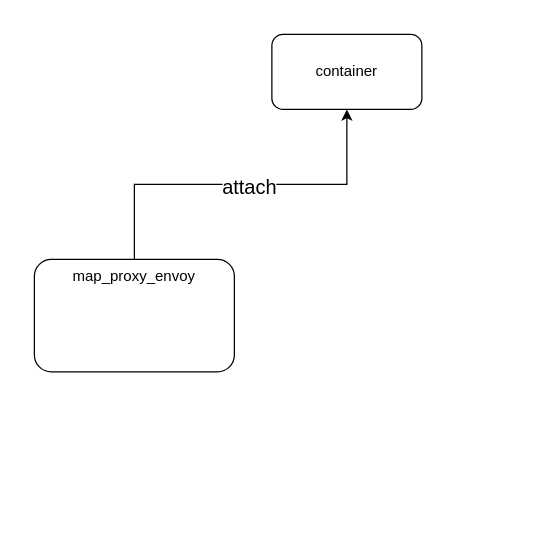
Above: Luyao_bypass_workflow.drawio in xu1zhou/Documents (draw.io), before the change. Source tidied: cells renumbered, new cells numbered last; positions are measured from the earlier drawing's top-left corner, leaving out a move shared by most shapes. Both pictures are drawn from the tidied source at 125%, with x=0, y=0 at pixel (34, 34).
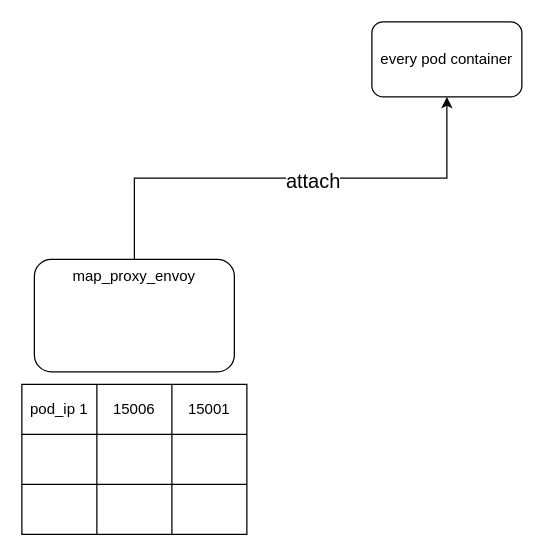
The same diagram, later.

The edit, as a diff of the source:
```diff
@@
 <mxGraphModel>
   <root>
     <mxCell id="0" />
     <mxCell id="1" parent="0" />
-    <mxCell id="2" value="container" style="rounded=1;whiteSpace=wrap;html=1;" parent="1" vertex="1">
-      <mxGeometry x="190" width="120" height="60" as="geometry" />
+    <mxCell id="2" value="every pod container" style="rounded=1;whiteSpace=wrap;html=1;" parent="1" vertex="1">
+      <mxGeometry x="270" y="-10" width="120" height="60" as="geometry" />
     </mxCell>
     <mxCell id="3" style="edgeStyle=orthogonalEdgeStyle;rounded=0;jettySize=auto;html=1;entryX=0.5;entryY=1;entryDx=0;entryDy=0;exitX=0.5;exitY=0;exitDx=0;exitDy=0;" parent="1" edge="1" source="5" target="2">
       <mxGeometry relative="1" as="geometry" />
     </mxCell>
     <mxCell id="4" value="attach" style="edgeLabel;html=1;align=center;verticalAlign=middle;fontSize=16;" parent="3" vertex="1">
       <mxGeometry x="0.26" y="-1" relative="1" as="geometry">
         <mxPoint x="-32" as="offset" />
       </mxGeometry>
     </mxCell>
     <mxCell id="5" value="map_proxy_envoy" style="rounded=1;whiteSpace=wrap;html=1;verticalAlign=top;" parent="1" vertex="1">
       <mxGeometry y="180" width="160" height="90" as="geometry" />
     </mxCell>
+    <mxCell id="6" style="shape=table;html=1;whiteSpace=wrap;startSize=0;childLayout=tableLayout;" parent="1" vertex="1">
+      <mxGeometry x="-10" y="280" width="180" height="120" as="geometry" />
+    </mxCell>
+    <mxCell id="7" style="shape=partialRectangle;html=1;whiteSpace=wrap;fillColor=none;top=0;left=0;bottom=0;right=0;" parent="6" vertex="1">
+      <mxGeometry width="180" height="40" as="geometry" />
+    </mxCell>
+    <mxCell id="8" value="pod_ip 1" style="shape=partialRectangle;html=1;whiteSpace=wrap;overflow=hidden;fillColor=none;top=0;left=0;bottom=0;right=0;" parent="7" vertex="1">
+      <mxGeometry width="60" height="40" as="geometry" />
+    </mxCell>
+    <mxCell id="9" value="15006" style="shape=partialRectangle;html=1;whiteSpace=wrap;overflow=hidden;fillColor=none;top=0;left=0;bottom=0;right=0;" parent="7" vertex="1">
+      <mxGeometry x="60" width="60" height="40" as="geometry" />
+    </mxCell>
+    <mxCell id="10" value="15001" style="shape=partialRectangle;html=1;whiteSpace=wrap;overflow=hidden;fillColor=none;top=0;left=0;bottom=0;right=0;" parent="7" vertex="1">
+      <mxGeometry x="120" width="60" height="40" as="geometry" />
+    </mxCell>
+    <mxCell id="11" style="shape=partialRectangle;html=1;whiteSpace=wrap;fillColor=none;top=0;left=0;bottom=0;right=0;" parent="6" vertex="1">
+      <mxGeometry y="40" width="180" height="40" as="geometry" />
+    </mxCell>
+    <mxCell id="12" style="shape=partialRectangle;html=1;whiteSpace=wrap;overflow=hidden;fillColor=none;top=0;left=0;bottom=0;right=0;" parent="11" vertex="1">
+      <mxGeometry width="60" height="40" as="geometry" />
+    </mxCell>
+    <mxCell id="13" style="shape=partialRectangle;html=1;whiteSpace=wrap;overflow=hidden;fillColor=none;top=0;left=0;bottom=0;right=0;" parent="11" vertex="1">
+      <mxGeometry x="60" width="60" height="40" as="geometry" />
+    </mxCell>
+    <mxCell id="14" style="shape=partialRectangle;html=1;whiteSpace=wrap;overflow=hidden;fillColor=none;top=0;left=0;bottom=0;right=0;" parent="11" vertex="1">
+      <mxGeometry x="120" width="60" height="40" as="geometry" />
+    </mxCell>
+    <mxCell id="15" style="shape=partialRectangle;html=1;whiteSpace=wrap;fillColor=none;top=0;left=0;bottom=0;right=0;" parent="6" vertex="1">
+      <mxGeometry y="80" width="180" height="40" as="geometry" />
+    </mxCell>
+    <mxCell id="16" style="shape=partialRectangle;html=1;whiteSpace=wrap;overflow=hidden;fillColor=none;top=0;left=0;bottom=0;right=0;" parent="15" vertex="1">
+      <mxGeometry width="60" height="40" as="geometry" />
+    </mxCell>
+    <mxCell id="17" style="shape=partialRectangle;html=1;whiteSpace=wrap;overflow=hidden;fillColor=none;top=0;left=0;bottom=0;right=0;" parent="15" vertex="1">
+      <mxGeometry x="60" width="60" height="40" as="geometry" />
+    </mxCell>
+    <mxCell id="18" style="shape=partialRectangle;html=1;whiteSpace=wrap;overflow=hidden;fillColor=none;top=0;left=0;bottom=0;right=0;" parent="15" vertex="1">
+      <mxGeometry x="120" width="60" height="40" as="geometry" />
+    </mxCell>
   </root>
 </mxGraphModel>
```
